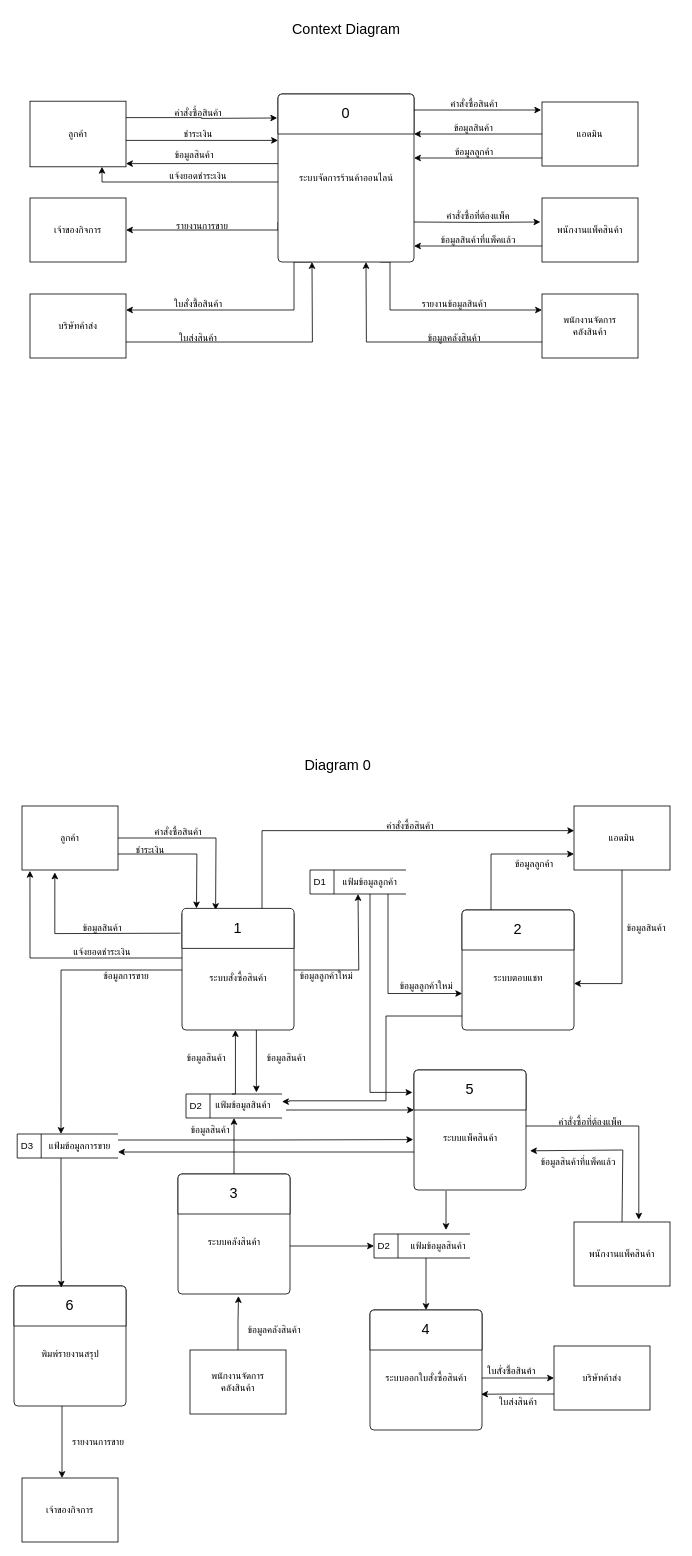
Before: Diagram.drawio in Phatkavee/collection-file, a draw.io diagram. Source tidied: cells renumbered, new cells numbered last; positions are measured from the earlier drawing's top-left corner, leaving out a move shared by most shapes. Both pictures are drawn from the tidied source at 80%, with x=0, y=0 at pixel (14, 14).
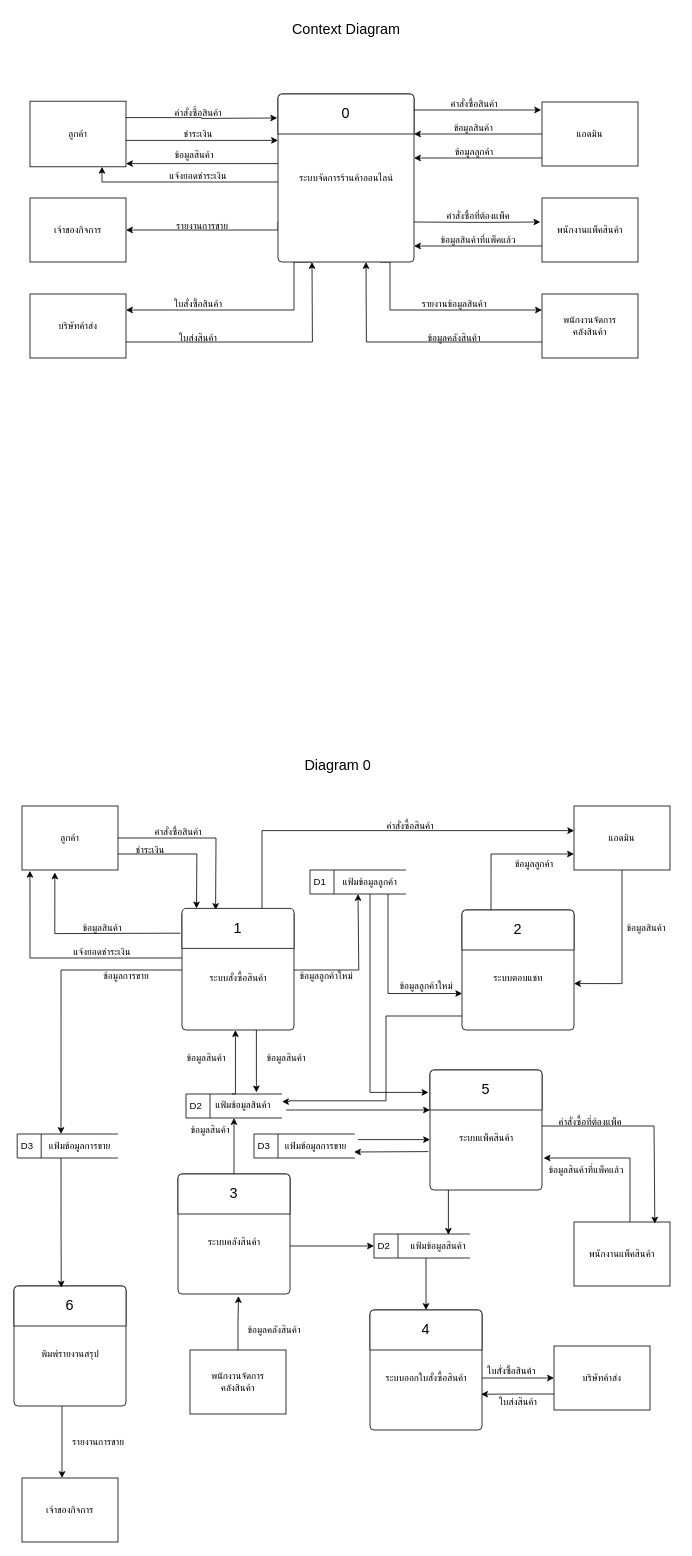
Above is the later version.

Unchanged cells that the change refers to:
```xml
<mxCell id="94" value="แฟ้มข้อมูลสินค้า" style="text;html=1;align=center;verticalAlign=middle;points=[];strokeColor=none;fillColor=none;" parent="1" vertex="1">
  <mxGeometry x="480" y="1525" width="100" height="30" as="geometry" />
</mxCell>
<mxCell id="102" value="แฟ้มข้อมูลการขาย" style="text;html=1;strokeColor=none;fillColor=none;align=center;verticalAlign=middle;whiteSpace=wrap;rounded=0;fontSize=12;fontFamily=Helvetica;fontColor=default;" parent="1" vertex="1">
  <mxGeometry x="35" y="1400" width="95" height="30" as="geometry" />
</mxCell>
<mxCell id="110" value="พนักงานแพ็คสินค้า" style="rounded=0;whiteSpace=wrap;html=1;" parent="1" vertex="1">
  <mxGeometry x="700" y="1510" width="120" height="80" as="geometry" />
</mxCell>
```

What changed in the source:
```diff
@@
-    <mxCell id="106" style="edgeStyle=orthogonalEdgeStyle;rounded=0;jettySize=auto;html=1;entryX=1;entryY=0.75;entryDx=0;entryDy=0;fontFamily=Helvetica;fontSize=14;fontColor=default;startSize=30;" parent="1" edge="1" source="107" target="102">
-      <mxGeometry relative="1" as="geometry">
-        <Array as="points">
-          <mxPoint x="315" y="1423" />
-        </Array>
-      </mxGeometry>
-    </mxCell>
+    <mxCell id="120" style="edgeStyle=none;rounded=0;jettySize=auto;html=1;entryX=1;entryY=0.75;entryDx=0;entryDy=0;fontFamily=Helvetica;fontSize=14;fontColor=default;startSize=30;exitX=-0.014;exitY=0.68;exitDx=0;exitDy=0;exitPerimeter=0;" parent="1" edge="1" source="107" target="123">
+      <mxGeometry relative="1" as="geometry" />
+    </mxCell>
+    <mxCell id="121" style="edgeStyle=none;rounded=0;jettySize=auto;html=1;fontFamily=Helvetica;fontSize=14;fontColor=default;startSize=30;entryX=0.63;entryY=0.033;entryDx=0;entryDy=0;entryPerimeter=0;" parent="1" edge="1" target="94">
+      <mxGeometry relative="1" as="geometry">
+        <mxPoint x="543" y="1470" as="sourcePoint" />
+      </mxGeometry>
+    </mxCell>
     <mxCell id="107" style="html=1;shadow=0;dashed=0;shape=mxgraph.bootstrap.rrect;rSize=5;html=1;whiteSpace=wrap;verticalAlign=bottom;align=left;spacing=20;spacingBottom=0;fontSize=14;fontFamily=Helvetica;startSize=30;" parent="1" vertex="1">
-      <mxGeometry x="500" y="1320" width="140" height="150" as="geometry" />
+      <mxGeometry x="520" y="1320" width="140" height="150" as="geometry" />
     </mxCell>
@@
-    <mxCell id="112" style="edgeStyle=orthogonalEdgeStyle;rounded=0;jettySize=auto;html=1;exitX=1;exitY=0.25;exitDx=0;exitDy=0;entryX=-0.007;entryY=0.58;entryDx=0;entryDy=0;entryPerimeter=0;fontFamily=Helvetica;fontSize=14;fontColor=default;startSize=30;" parent="1" edge="1" source="102" target="107">
-      <mxGeometry relative="1" as="geometry" />
-    </mxCell>
@@
     <mxCell id="116" value="ข้อมูลสินค้าที่แพ็คแล้ว" style="text;html=1;align=center;verticalAlign=middle;points=[];strokeColor=none;fillColor=none;" parent="1" vertex="1">
-      <mxGeometry x="640" y="1420" width="130" height="30" as="geometry" />
+      <mxGeometry x="650" y="1430" width="130" height="30" as="geometry" />
     </mxCell>
-    <mxCell id="117" style="edgeStyle=none;rounded=0;jettySize=auto;html=1;fontFamily=Helvetica;fontSize=14;fontColor=default;startSize=30;exitX=0.286;exitY=1.007;exitDx=0;exitDy=0;exitPerimeter=0;" parent="1" edge="1" source="107">
-      <mxGeometry relative="1" as="geometry">
-        <mxPoint x="540" y="1520" as="targetPoint" />
-      </mxGeometry>
-    </mxCell>
-    <mxCell id="118" style="edgeStyle=none;rounded=0;jettySize=auto;html=1;entryX=0.675;entryY=-0.037;entryDx=0;entryDy=0;entryPerimeter=0;fontFamily=Helvetica;fontSize=14;fontColor=default;startSize=30;" parent="1" edge="1" target="110">
+    <mxCell id="118" style="edgeStyle=none;rounded=0;jettySize=auto;html=1;entryX=0.842;entryY=0.025;entryDx=0;entryDy=0;entryPerimeter=0;fontFamily=Helvetica;fontSize=14;fontColor=default;startSize=30;" parent="1" edge="1" target="110">
       <mxGeometry relative="1" as="geometry">
-        <mxPoint x="640" y="1390" as="sourcePoint" />
+        <mxPoint x="660" y="1390" as="sourcePoint" />
         <Array as="points">
-          <mxPoint x="781" y="1390" />
+          <mxPoint x="800" y="1390" />
         </Array>
       </mxGeometry>
     </mxCell>
-    <mxCell id="119" style="edgeStyle=none;rounded=0;jettySize=auto;html=1;entryX=1.029;entryY=0.74;entryDx=0;entryDy=0;entryPerimeter=0;fontFamily=Helvetica;fontSize=14;fontColor=default;startSize=30;exitX=0.5;exitY=0;exitDx=0;exitDy=0;" parent="1" edge="1" source="110">
+    <mxCell id="119" style="edgeStyle=none;rounded=0;jettySize=auto;html=1;fontFamily=Helvetica;fontSize=14;fontColor=default;startSize=30;exitX=0.583;exitY=0;exitDx=0;exitDy=0;entryX=0.092;entryY=0;entryDx=0;entryDy=0;entryPerimeter=0;exitPerimeter=0;" parent="1" edge="1" source="110" target="116">
       <mxGeometry relative="1" as="geometry">
-        <mxPoint x="645" y="1421" as="targetPoint" />
         <Array as="points">
-          <mxPoint x="761" y="1420" />
+          <mxPoint x="770" y="1460" />
+          <mxPoint x="770" y="1430" />
+          <mxPoint x="710" y="1430" />
         </Array>
       </mxGeometry>
     </mxCell>
+    <mxCell id="122" value="D3" style="html=1;dashed=0;whiteSpace=wrap;shape=mxgraph.dfd.dataStoreID;align=left;spacingLeft=3;horizontal=1;" parent="1" vertex="1">
+      <mxGeometry x="300" y="1400" width="126" height="30" as="geometry" />
+    </mxCell>
+    <mxCell id="123" value="แฟ้มข้อมูลการขาย" style="text;html=1;strokeColor=none;fillColor=none;align=center;verticalAlign=middle;whiteSpace=wrap;rounded=0;fontSize=12;fontFamily=Helvetica;fontColor=default;" parent="1" vertex="1">
+      <mxGeometry x="330" y="1400" width="95" height="30" as="geometry" />
+    </mxCell>
+    <mxCell id="124" style="edgeStyle=none;rounded=0;jettySize=auto;html=1;entryX=0;entryY=0.58;entryDx=0;entryDy=0;entryPerimeter=0;fontFamily=Helvetica;fontSize=14;fontColor=default;startSize=30;" parent="1" edge="1" target="107">
+      <mxGeometry relative="1" as="geometry">
+        <mxPoint x="430" y="1407" as="sourcePoint" />
+      </mxGeometry>
+    </mxCell>
```
